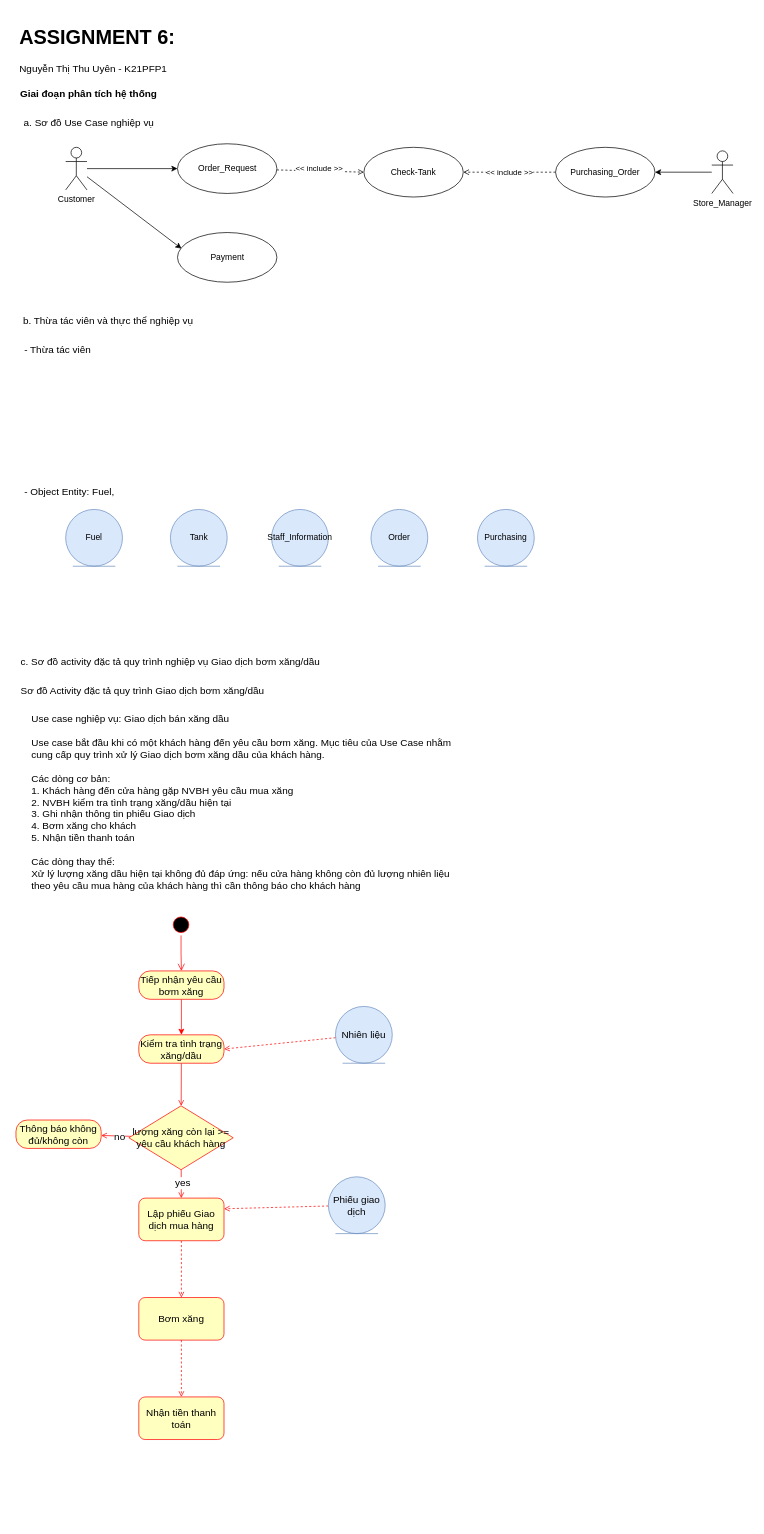
This is Untitled Diagram.drawio from emilyuyenn/Student, a draw.io file, before an edit. Source tidied: cells renumbered, new cells numbered last; positions are measured from the earlier drawing's top-left corner, leaving out a move shared by most shapes. Both pictures are drawn from the tidied source at 71%, with x=0, y=0 at pixel (12, 19).
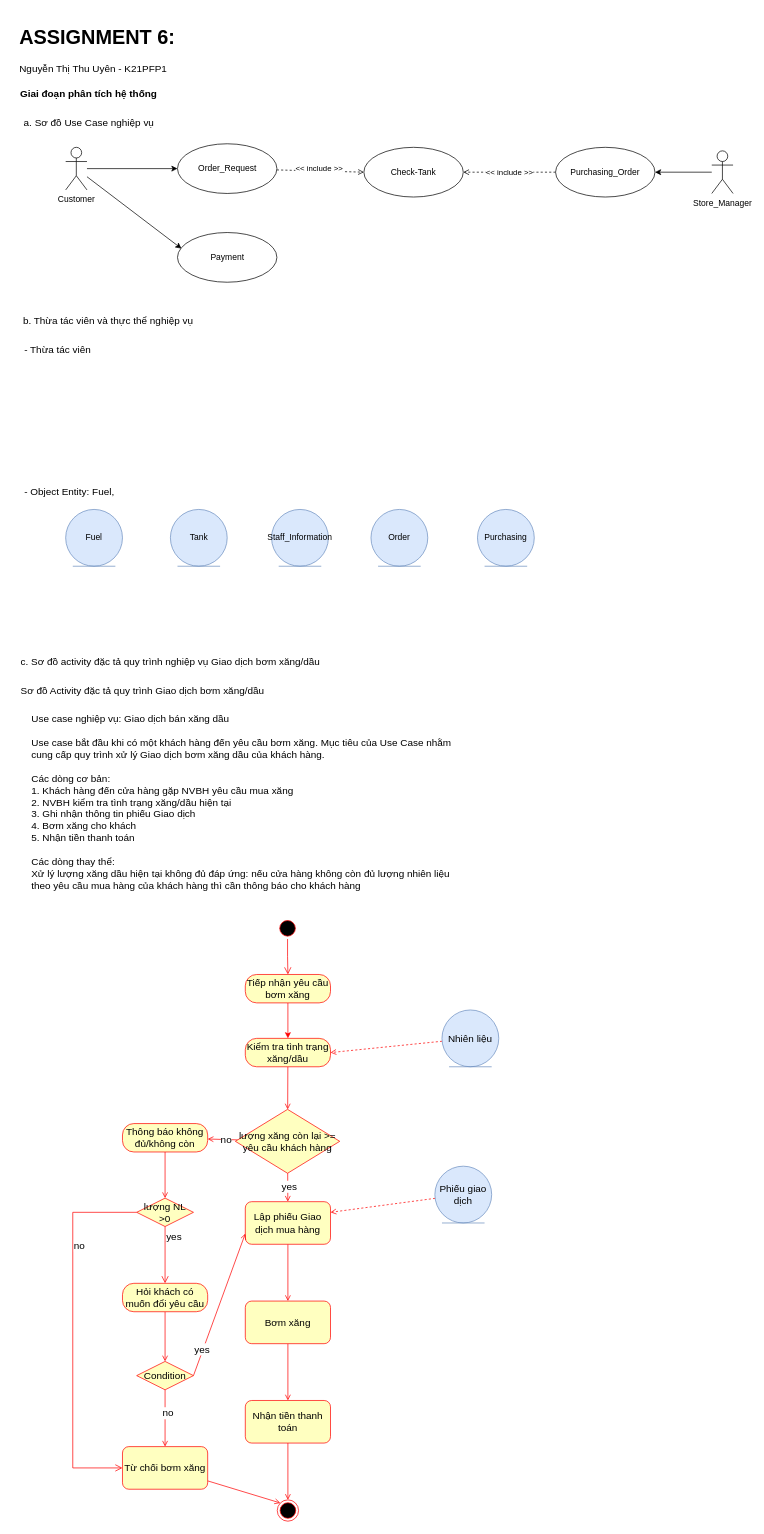
The same page after the edit.

What changed in the source:
```diff
@@
     <mxCell id="28" style="ellipse;html=1;shape=startState;fillColor=#000000;strokeColor=#ff0000;fontSize=14;" parent="1" vertex="1">
-      <mxGeometry x="222.5" y="1260" width="30" height="30" as="geometry" />
+      <mxGeometry x="372.5" y="1265" width="30" height="30" as="geometry" />
     </mxCell>
@@
     <mxCell id="31" value="Tiếp nhận yêu cầu bơm xăng" style="rounded=1;whiteSpace=wrap;html=1;arcSize=40;fontColor=#000000;fillColor=#ffffc0;strokeColor=#ff0000;fontSize=14;" parent="1" vertex="1">
-      <mxGeometry x="178" y="1340" width="120" height="40" as="geometry" />
+      <mxGeometry x="328" y="1345" width="120" height="40" as="geometry" />
     </mxCell>
@@
     <mxCell id="33" value="Kiểm tra tình trạng xăng/dầu" style="rounded=1;whiteSpace=wrap;html=1;arcSize=40;fontColor=#000000;fillColor=#ffffc0;strokeColor=#ff0000;fontSize=14;" parent="1" vertex="1">
-      <mxGeometry x="178" y="1430" width="120" height="40" as="geometry" />
+      <mxGeometry x="328" y="1435" width="120" height="40" as="geometry" />
     </mxCell>
@@
     <mxCell id="35" value="Nhiên liệu" style="ellipse;shape=umlEntity;whiteSpace=wrap;html=1;fontSize=14;fillColor=#dae8fc;strokeColor=#6c8ebf;" parent="1" vertex="1">
-      <mxGeometry x="455" y="1390" width="80" height="80" as="geometry" />
+      <mxGeometry x="605" y="1395" width="80" height="80" as="geometry" />
     </mxCell>
@@
     <mxCell id="40" value="lượng xăng còn lại &amp;gt;= yêu cầu khách hàng" style="rhombus;whiteSpace=wrap;html=1;fillColor=#ffffc0;strokeColor=#ff0000;fontSize=14;" parent="1" vertex="1">
-      <mxGeometry x="164" y="1530" width="147" height="90" as="geometry" />
+      <mxGeometry x="314" y="1535" width="147" height="90" as="geometry" />
     </mxCell>
+    <mxCell id="49" style="edgeStyle=none;rounded=0;jettySize=auto;html=1;strokeColor=#FF0000;fontSize=14;startArrow=none;startFill=0;endArrow=open;endFill=0;" parent="1" edge="1" source="41" target="61">
+      <mxGeometry relative="1" as="geometry" />
+    </mxCell>
     <mxCell id="41" value="Thông báo không đủ/không còn" style="rounded=1;whiteSpace=wrap;html=1;arcSize=40;fontColor=#000000;fillColor=#ffffc0;strokeColor=#ff0000;fontSize=14;" parent="1" vertex="1">
-      <mxGeometry x="5" y="1550" width="120" height="40" as="geometry" />
+      <mxGeometry x="155" y="1555" width="120" height="40" as="geometry" />
     </mxCell>
-    <mxCell id="42" style="edgeStyle=none;rounded=0;jettySize=auto;html=1;dashed=1;strokeColor=#FF0000;fontSize=14;startArrow=none;startFill=0;endArrow=open;endFill=0;" parent="1" edge="1" source="43" target="47">
+    <mxCell id="42" style="edgeStyle=none;rounded=0;jettySize=auto;html=1;strokeColor=#FF0000;fontSize=14;startArrow=none;startFill=0;endArrow=open;endFill=0;" parent="1" edge="1" source="43" target="47">
       <mxGeometry relative="1" as="geometry" />
     </mxCell>
     <mxCell id="43" value="Lập phiếu Giao dịch mua hàng" style="rounded=1;whiteSpace=wrap;html=1;fontSize=14;fillColor=#ffffc0;strokeColor=#ff0000;" parent="1" vertex="1">
-      <mxGeometry x="178" y="1660" width="120" height="60" as="geometry" />
+      <mxGeometry x="328" y="1665" width="120" height="60" as="geometry" />
     </mxCell>
@@
     <mxCell id="45" value="Phiếu giao dịch" style="ellipse;shape=umlEntity;whiteSpace=wrap;html=1;fontSize=14;fillColor=#dae8fc;strokeColor=#6c8ebf;" parent="1" vertex="1">
-      <mxGeometry x="445" y="1630" width="80" height="80" as="geometry" />
+      <mxGeometry x="595" y="1615" width="80" height="80" as="geometry" />
     </mxCell>
-    <mxCell id="46" style="edgeStyle=none;rounded=0;jettySize=auto;html=1;dashed=1;strokeColor=#FF0000;fontSize=14;startArrow=none;startFill=0;endArrow=open;endFill=0;" parent="1" edge="1" source="47" target="48">
+    <mxCell id="46" style="edgeStyle=none;rounded=0;jettySize=auto;html=1;strokeColor=#FF0000;fontSize=14;startArrow=none;startFill=0;endArrow=open;endFill=0;" parent="1" edge="1" source="47" target="48">
       <mxGeometry relative="1" as="geometry" />
     </mxCell>
     <mxCell id="47" value="Bơm xăng" style="rounded=1;whiteSpace=wrap;html=1;fontSize=14;fillColor=#ffffc0;strokeColor=#ff0000;" parent="1" vertex="1">
-      <mxGeometry x="178" y="1800" width="120" height="60" as="geometry" />
+      <mxGeometry x="328" y="1805" width="120" height="60" as="geometry" />
     </mxCell>
+    <mxCell id="50" style="edgeStyle=none;rounded=0;jettySize=auto;html=1;entryX=0.5;entryY=0;entryDx=0;entryDy=0;strokeColor=#FF0000;fontSize=14;startArrow=none;startFill=0;endArrow=open;endFill=0;" parent="1" edge="1" source="48" target="51">
+      <mxGeometry relative="1" as="geometry" />
+    </mxCell>
     <mxCell id="48" value="Nhận tiền thanh toán" style="rounded=1;whiteSpace=wrap;html=1;fontSize=14;fillColor=#ffffc0;strokeColor=#ff0000;" parent="1" vertex="1">
-      <mxGeometry x="178" y="1940" width="120" height="60" as="geometry" />
+      <mxGeometry x="328" y="1945" width="120" height="60" as="geometry" />
     </mxCell>
+    <mxCell id="51" style="ellipse;html=1;shape=endState;fillColor=#000000;strokeColor=#ff0000;fontSize=14;" parent="1" vertex="1">
+      <mxGeometry x="373" y="2085" width="30" height="30" as="geometry" />
+    </mxCell>
+    <mxCell id="52" style="edgeStyle=none;rounded=0;jettySize=auto;html=1;strokeColor=#FF0000;fontSize=14;startArrow=none;startFill=0;endArrow=open;endFill=0;" parent="1" edge="1" source="53" target="58">
+      <mxGeometry relative="1" as="geometry" />
+    </mxCell>
+    <mxCell id="53" value="Hỏi khách có muốn đổi yêu cầu" style="rounded=1;whiteSpace=wrap;html=1;arcSize=40;fontColor=#000000;fillColor=#ffffc0;strokeColor=#ff0000;fontSize=14;" parent="1" vertex="1">
+      <mxGeometry x="155" y="1780" width="120" height="40" as="geometry" />
+    </mxCell>
+    <mxCell id="54" style="edgeStyle=none;rounded=0;jettySize=auto;html=1;strokeColor=#FF0000;fontSize=14;startArrow=none;startFill=0;endArrow=open;endFill=0;" parent="1" edge="1" source="58" target="60">
+      <mxGeometry relative="1" as="geometry" />
+    </mxCell>
+    <mxCell id="55" value="no" style="edgeLabel;html=1;align=center;verticalAlign=middle;fontSize=14;" parent="54" vertex="1">
+      <mxGeometry x="-0.19" y="3" relative="1" as="geometry" />
+    </mxCell>
+    <mxCell id="56" style="edgeStyle=none;rounded=0;jettySize=auto;html=1;entryX=0;entryY=0.75;entryDx=0;entryDy=0;strokeColor=#FF0000;fontSize=14;startArrow=none;startFill=0;endArrow=open;endFill=0;exitX=1;exitY=0.5;exitDx=0;exitDy=0;" parent="1" edge="1" source="58" target="43">
+      <mxGeometry relative="1" as="geometry" />
+    </mxCell>
+    <mxCell id="57" value="yes" style="edgeLabel;html=1;align=center;verticalAlign=middle;fontSize=14;" parent="56" vertex="1">
+      <mxGeometry x="-0.63" y="2" relative="1" as="geometry" />
+    </mxCell>
+    <mxCell id="58" value="Condition" style="rhombus;whiteSpace=wrap;html=1;fillColor=#ffffc0;strokeColor=#ff0000;fontSize=14;" parent="1" vertex="1">
+      <mxGeometry x="175" y="1890" width="80" height="40" as="geometry" />
+    </mxCell>
+    <mxCell id="59" style="edgeStyle=none;rounded=0;jettySize=auto;html=1;entryX=0;entryY=0;entryDx=0;entryDy=0;strokeColor=#FF0000;fontSize=14;startArrow=none;startFill=0;endArrow=open;endFill=0;" parent="1" edge="1" source="60" target="51">
+      <mxGeometry relative="1" as="geometry" />
+    </mxCell>
+    <mxCell id="60" value="Từ chối bơm xăng" style="rounded=1;whiteSpace=wrap;html=1;fontSize=14;fillColor=#ffffc0;strokeColor=#ff0000;" parent="1" vertex="1">
+      <mxGeometry x="155" y="2010" width="120" height="60" as="geometry" />
+    </mxCell>
+    <mxCell id="61" value="lượng NL &amp;gt;0" style="rhombus;whiteSpace=wrap;html=1;fillColor=#ffffc0;strokeColor=#ff0000;fontSize=14;" parent="1" vertex="1">
+      <mxGeometry x="175" y="1660" width="80" height="40" as="geometry" />
+    </mxCell>
+    <mxCell id="62" value="no" style="edgeStyle=orthogonalEdgeStyle;html=1;align=left;verticalAlign=bottom;endArrow=open;endSize=8;strokeColor=#ff0000;rounded=0;fontSize=14;entryX=0;entryY=0.5;entryDx=0;entryDy=0;" parent="1" edge="1" source="61" target="60">
+      <mxGeometry x="-0.43" relative="1" as="geometry">
+        <Array as="points">
+          <mxPoint x="85" y="1680" />
+          <mxPoint x="85" y="2040" />
+        </Array>
+      </mxGeometry>
+    </mxCell>
+    <mxCell id="63" value="yes" style="edgeStyle=orthogonalEdgeStyle;html=1;align=left;verticalAlign=top;endArrow=open;endSize=8;strokeColor=#ff0000;rounded=0;fontSize=14;entryX=0.5;entryY=0;entryDx=0;entryDy=0;" parent="1" edge="1" source="61" target="53">
+      <mxGeometry x="-1" relative="1" as="geometry" />
+    </mxCell>
```
